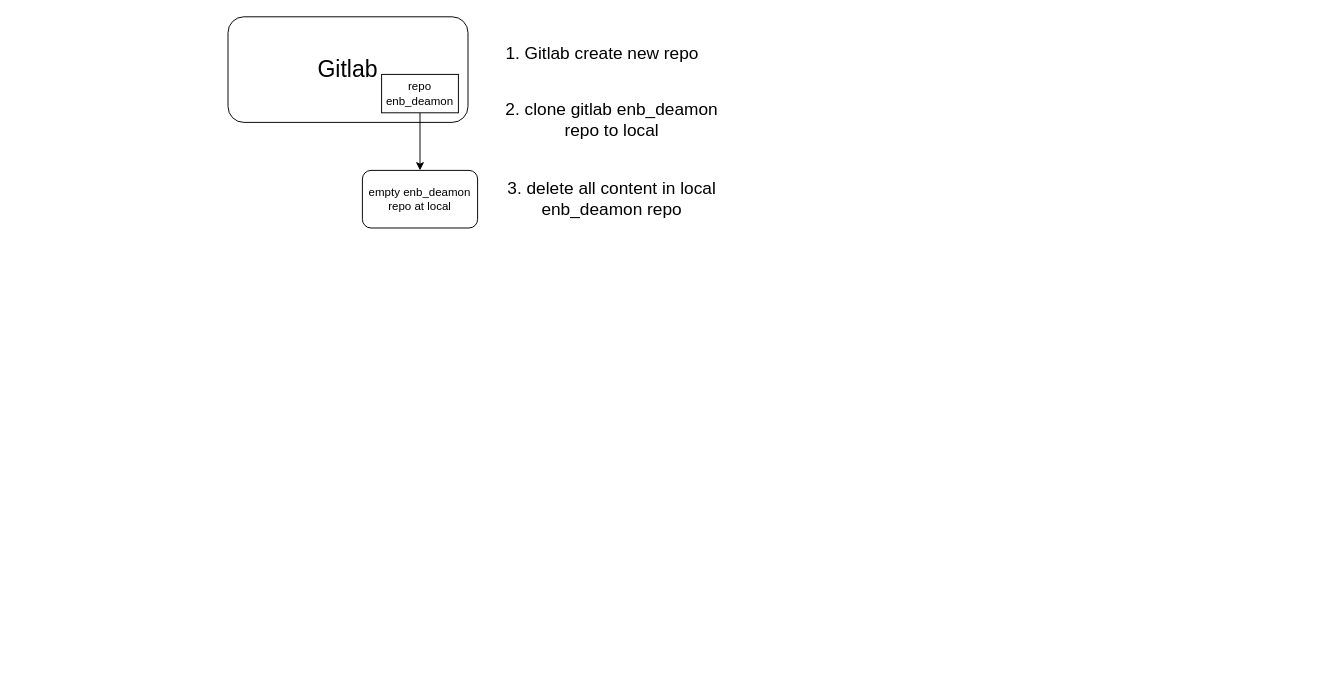
Earlier version of the draw.io diagram svn_to_git.drawio (Chenguoqing2008/drawio). Source tidied: cells renumbered, new cells numbered last; positions are measured from the earlier drawing's top-left corner, leaving out a move shared by most shapes. Both pictures are drawn from the tidied source at 96%, with x=0, y=0 at pixel (228, 16).
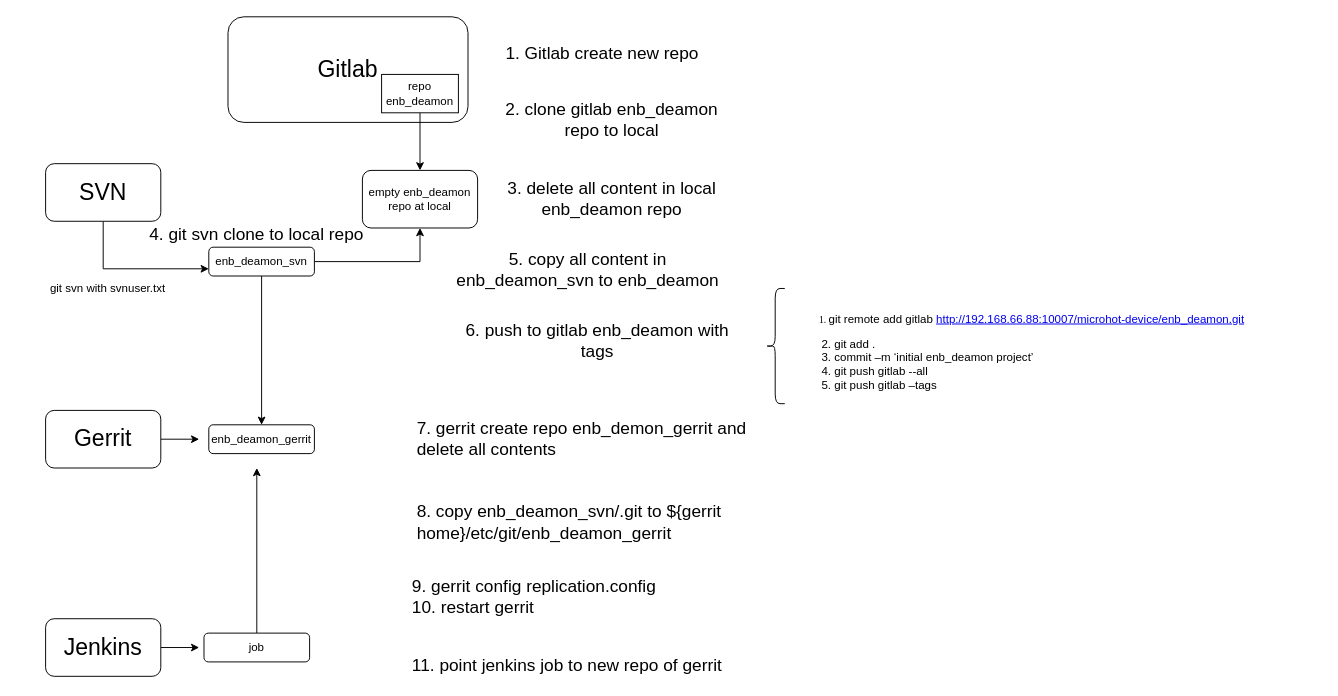
Above is the later version.

Unchanged cells that the change refers to:
```xml
<mxCell id="6" value="empty enb_deamon repo at local" style="rounded=1;whiteSpace=wrap;html=1;" parent="1" vertex="1">
  <mxGeometry x="140" y="160" width="120" height="60" as="geometry" />
</mxCell>
```

The edit, as a diff of the source:
```diff
@@
+    <mxCell id="9" style="edgeStyle=orthogonalEdgeStyle;rounded=0;jettySize=auto;html=1;exitX=0.5;exitY=1;exitDx=0;exitDy=0;entryX=0;entryY=0.75;entryDx=0;entryDy=0;" parent="1" edge="1" source="10" target="13">
+      <mxGeometry relative="1" as="geometry" />
+    </mxCell>
+    <mxCell id="10" value="&lt;font style=&quot;font-size: 24px&quot;&gt;SVN&lt;/font&gt;" style="rounded=1;whiteSpace=wrap;html=1;" parent="1" vertex="1">
+      <mxGeometry x="-190" y="153" width="120" height="60" as="geometry" />
+    </mxCell>
+    <mxCell id="11" style="edgeStyle=orthogonalEdgeStyle;rounded=0;jettySize=auto;html=1;exitX=1;exitY=0.5;exitDx=0;exitDy=0;" parent="1" edge="1" source="13" target="6">
+      <mxGeometry relative="1" as="geometry" />
+    </mxCell>
+    <mxCell id="12" style="edgeStyle=orthogonalEdgeStyle;rounded=0;jettySize=auto;html=1;exitX=0.5;exitY=1;exitDx=0;exitDy=0;entryX=0.5;entryY=0;entryDx=0;entryDy=0;" parent="1" edge="1" source="13" target="22">
+      <mxGeometry relative="1" as="geometry" />
+    </mxCell>
+    <mxCell id="13" value="&lt;font style=&quot;font-size: 12px&quot;&gt;enb_deamon_svn&lt;/font&gt;" style="rounded=1;whiteSpace=wrap;html=1;" parent="1" vertex="1">
+      <mxGeometry x="-20" y="240" width="110" height="30" as="geometry" />
+    </mxCell>
+    <mxCell id="14" value="git svn with svnuser.txt" style="text;html=1;strokeColor=none;fillColor=none;align=center;verticalAlign=middle;whiteSpace=wrap;rounded=0;" parent="1" vertex="1">
+      <mxGeometry x="-220" y="267.5" width="190" height="30" as="geometry" />
+    </mxCell>
+    <mxCell id="15" value="&lt;span style=&quot;font-size: 18px&quot;&gt;5. copy all content in enb_deamon_svn to enb_deamon&lt;br&gt;&lt;/span&gt;" style="text;html=1;strokeColor=none;fillColor=none;align=center;verticalAlign=middle;whiteSpace=wrap;rounded=0;" parent="1" vertex="1">
+      <mxGeometry x="230" y="256.5" width="290" height="15" as="geometry" />
+    </mxCell>
+    <mxCell id="16" value="&lt;span style=&quot;font-size: 18px&quot;&gt;4. git svn clone to local repo&lt;br&gt;&lt;/span&gt;" style="text;html=1;strokeColor=none;fillColor=none;align=center;verticalAlign=middle;whiteSpace=wrap;rounded=0;" parent="1" vertex="1">
+      <mxGeometry x="-90" y="219" width="240" height="15" as="geometry" />
+    </mxCell>
+    <mxCell id="17" value="&lt;span style=&quot;font-size: 18px&quot;&gt;6. push to gitlab enb_deamon with tags&lt;br&gt;&lt;/span&gt;" style="text;html=1;strokeColor=none;fillColor=none;align=center;verticalAlign=middle;whiteSpace=wrap;rounded=0;" parent="1" vertex="1">
+      <mxGeometry x="240" y="330" width="290" height="15" as="geometry" />
+    </mxCell>
+    <mxCell id="18" style="shape=curlyBracket;whiteSpace=wrap;html=1;rounded=1;" parent="1" vertex="1">
+      <mxGeometry x="560" y="283" width="20" height="120" as="geometry" />
+    </mxCell>
+    <mxCell id="19" value="&lt;p class=&quot;MsoListParagraph&quot; style=&quot;margin-left: 39.0pt ; text-indent: -21.0pt&quot;&gt;&lt;span lang=&quot;EN-US&quot;&gt;&lt;font face=&quot;times new roman&quot; size=&quot;1&quot;&gt;1.&amp;nbsp;&lt;/font&gt;git remote add gitlab &lt;a href=&quot;http://192.168.66.88:10007/microhot-device/enb_deamon.git&quot;&gt;http://192.168.66.88:10007/microhot-device/enb_deamon.git&lt;/a&gt;&lt;/span&gt;&lt;/p&gt;&lt;span style=&quot;text-indent: -21pt&quot;&gt;&amp;nbsp; &amp;nbsp; &amp;nbsp; &amp;nbsp; 2. git add .&lt;br&gt;&lt;/span&gt;&lt;span style=&quot;text-indent: -21pt&quot;&gt;&amp;nbsp; &amp;nbsp; &amp;nbsp; &amp;nbsp; 3. commit –m ‘initial&amp;nbsp;&lt;/span&gt;&lt;span style=&quot;text-indent: -21pt&quot;&gt;enb_deamon project’&lt;br&gt;&lt;/span&gt;&lt;span style=&quot;text-indent: -21pt&quot;&gt;&amp;nbsp; &amp;nbsp; &amp;nbsp; &amp;nbsp; 4. git push gitlab --all&lt;br&gt;&lt;/span&gt;&lt;span style=&quot;text-indent: -21pt&quot;&gt;&amp;nbsp; &amp;nbsp; &amp;nbsp; &amp;nbsp; 5. git push gitlab –tags&lt;/span&gt;" style="text;html=1;strokeColor=none;fillColor=none;align=left;verticalAlign=middle;whiteSpace=wrap;rounded=0;" parent="1" vertex="1">
+      <mxGeometry x="590" y="282" width="550" height="122" as="geometry" />
+    </mxCell>
+    <mxCell id="20" style="edgeStyle=orthogonalEdgeStyle;rounded=0;jettySize=auto;html=1;exitX=1;exitY=0.5;exitDx=0;exitDy=0;" parent="1" edge="1" source="21">
+      <mxGeometry relative="1" as="geometry">
+        <mxPoint x="-30" y="440" as="targetPoint" />
+      </mxGeometry>
+    </mxCell>
+    <mxCell id="21" value="&lt;span style=&quot;font-size: 24px&quot;&gt;Gerrit&lt;/span&gt;" style="rounded=1;whiteSpace=wrap;html=1;" parent="1" vertex="1">
+      <mxGeometry x="-190" y="410" width="120" height="60" as="geometry" />
+    </mxCell>
+    <mxCell id="22" value="&lt;font style=&quot;font-size: 12px&quot;&gt;enb_deamon_gerrit&lt;/font&gt;" style="rounded=1;whiteSpace=wrap;html=1;" parent="1" vertex="1">
+      <mxGeometry x="-20" y="425" width="110" height="30" as="geometry" />
+    </mxCell>
+    <mxCell id="23" value="&lt;span style=&quot;font-size: 18px&quot;&gt;7. gerrit create repo enb_demon_gerrit and delete all contents&lt;br&gt;&lt;/span&gt;" style="text;html=1;strokeColor=none;fillColor=none;align=left;verticalAlign=middle;whiteSpace=wrap;rounded=0;" parent="1" vertex="1">
+      <mxGeometry x="195" y="396.5" width="360" height="87" as="geometry" />
+    </mxCell>
+    <mxCell id="24" value="&lt;span style=&quot;font-size: 18px&quot;&gt;8. copy enb_deamon_svn/.git to ${gerrit home}/etc/git/enb_deamon_gerrit&lt;br&gt;&lt;/span&gt;" style="text;html=1;strokeColor=none;fillColor=none;align=left;verticalAlign=middle;whiteSpace=wrap;rounded=0;" parent="1" vertex="1">
+      <mxGeometry x="195" y="483.5" width="360" height="87" as="geometry" />
+    </mxCell>
+    <mxCell id="25" value="&lt;span style=&quot;font-size: 18px&quot;&gt;9. gerrit config replication.config&lt;br&gt;10. restart gerrit&lt;br&gt;&lt;/span&gt;" style="text;html=1;strokeColor=none;fillColor=none;align=left;verticalAlign=middle;whiteSpace=wrap;rounded=0;" parent="1" vertex="1">
+      <mxGeometry x="190" y="570" width="360" height="70" as="geometry" />
+    </mxCell>
+    <mxCell id="26" style="edgeStyle=orthogonalEdgeStyle;rounded=0;jettySize=auto;html=1;exitX=1;exitY=0.5;exitDx=0;exitDy=0;" parent="1" edge="1" source="27">
+      <mxGeometry relative="1" as="geometry">
+        <mxPoint x="-30" y="657" as="targetPoint" />
+      </mxGeometry>
+    </mxCell>
+    <mxCell id="27" value="&lt;span style=&quot;font-size: 24px&quot;&gt;Jenkins&lt;/span&gt;" style="rounded=1;whiteSpace=wrap;html=1;" parent="1" vertex="1">
+      <mxGeometry x="-190" y="627" width="120" height="60" as="geometry" />
+    </mxCell>
+    <mxCell id="28" style="edgeStyle=orthogonalEdgeStyle;rounded=0;jettySize=auto;html=1;exitX=0.5;exitY=0;exitDx=0;exitDy=0;" parent="1" edge="1" source="29">
+      <mxGeometry relative="1" as="geometry">
+        <mxPoint x="30" y="470" as="targetPoint" />
+      </mxGeometry>
+    </mxCell>
+    <mxCell id="29" value="job" style="rounded=1;whiteSpace=wrap;html=1;" parent="1" vertex="1">
+      <mxGeometry x="-25" y="642" width="110" height="30" as="geometry" />
+    </mxCell>
+    <mxCell id="30" value="&lt;font style=&quot;font-size: 18px&quot;&gt;11. point jenkins job to new repo of gerrit&lt;/font&gt;" style="text;html=1;strokeColor=none;fillColor=none;align=left;verticalAlign=middle;whiteSpace=wrap;rounded=0;" parent="1" vertex="1">
+      <mxGeometry x="190" y="662" width="350" height="28" as="geometry" />
+    </mxCell>
```
